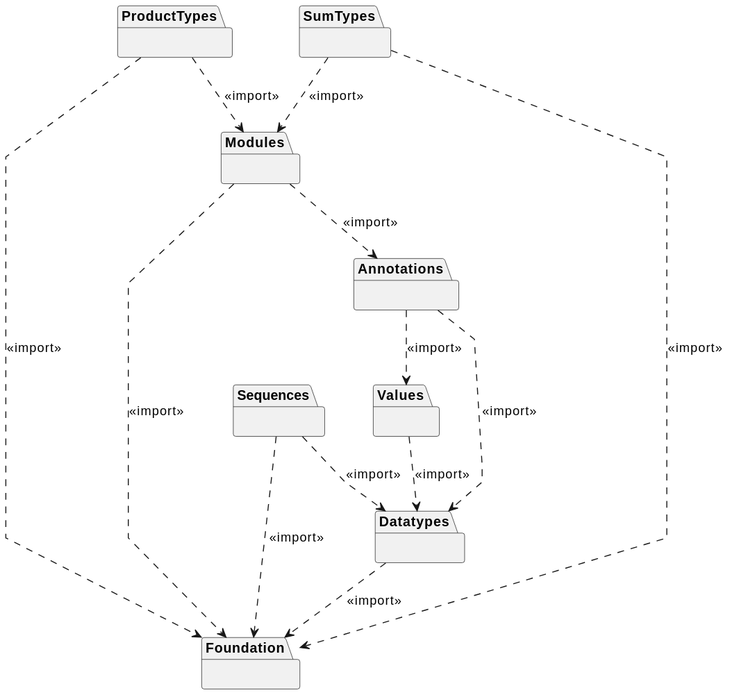
Earlier version of the PlantUML export docs/metamodel-overview.svg (sdm-lang/sdml-io).
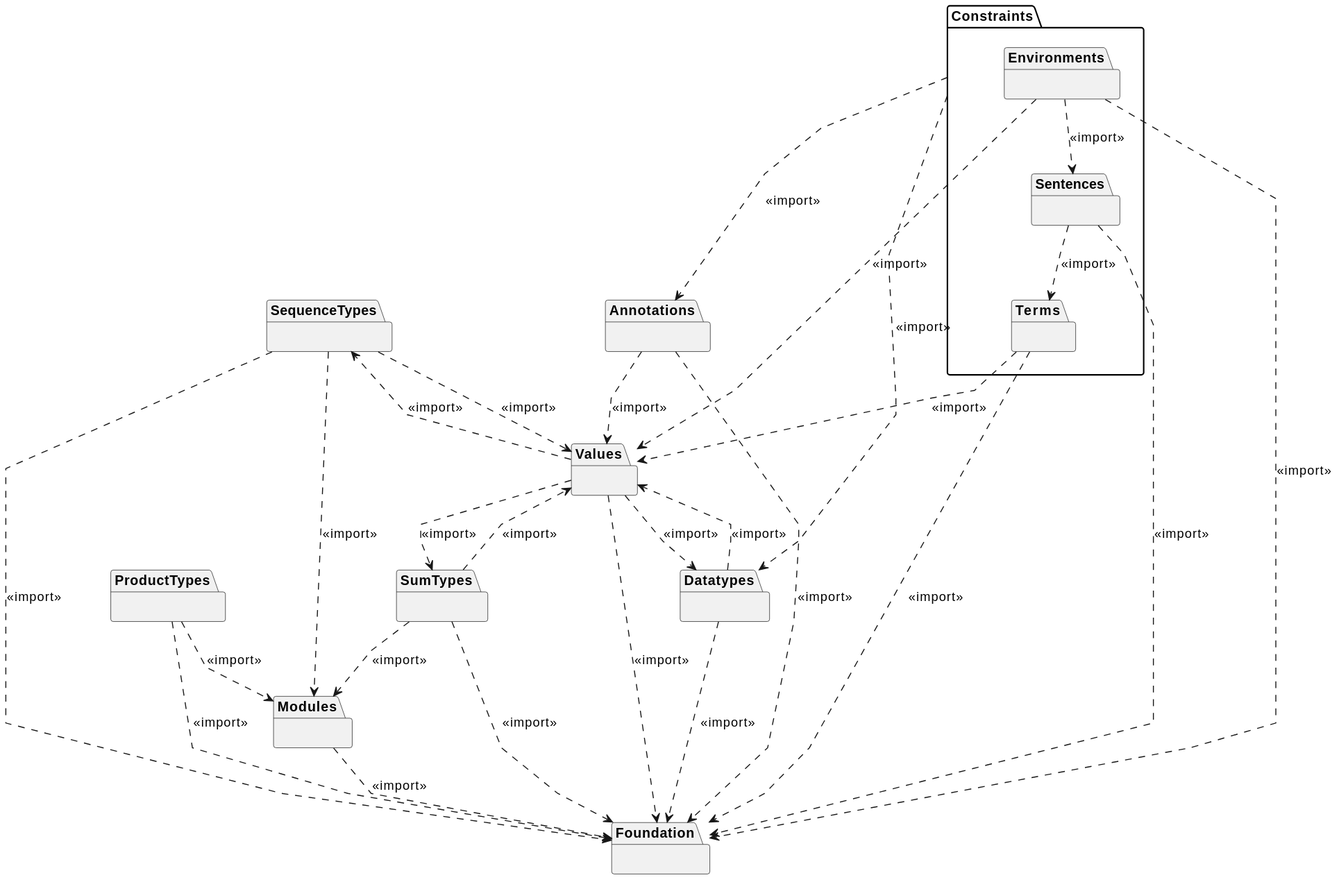
After the change.

What changed in the source:
```diff
@@ -7,18 +7,37 @@
 
 package Modules {}
 Modules ..> Foundation: <<import>>
-Modules ..> Annotations: <<import>>
 
 package Annotations {}
-Annotations ..> Datatypes: <<import>>
+Annotations ..> Foundation: <<import>>
 Annotations ..> Values: <<import>>
+
+package Constraints {
+    package Environments {
+    }
+    package Sentences {
+    }
+    package Terms {
+    }
+    Environments ..> Foundation: <<import>>
+    Environments ..> Values: <<import>>
+    Environments ..> Sentences: <<import>>
+    Sentences ..> Foundation: <<import>>
+    Sentences ..> Terms: <<import>>
+    Terms ..> Foundation: <<import>>
+    Terms ..> Values: <<import>>
+}
+Constraints ..> Annotations: <<import>>
+Constraints ..> Datatypes: <<import>>
 
 package Datatypes {}
 Datatypes ..> Foundation: <<import>>
+Datatypes ..> Values: <<import>>
 
-package Sequences {}
-Sequences ..> Foundation: <<import>>
-Sequences ..> Datatypes: <<import>>
+package SequenceTypes {}
+SequenceTypes ..> Foundation: <<import>>
+SequenceTypes ..> Modules: <<import>>
+SequenceTypes ..> Values: <<import>>
 
 package ProductTypes {}
 ProductTypes ..> Foundation: <<import>>
@@ -27,7 +46,11 @@
 package SumTypes {}
 SumTypes ..> Foundation: <<import>>
 SumTypes ..> Modules: <<import>>
+SumTypes ..> Values: <<import>>
 
 package Values {}
+Values ..> Foundation: <<import>>
 Values ..> Datatypes: <<import>>
+Values ..> SequenceTypes: <<import>>
+Values ..> SumTypes: <<import>>
 @enduml
```
